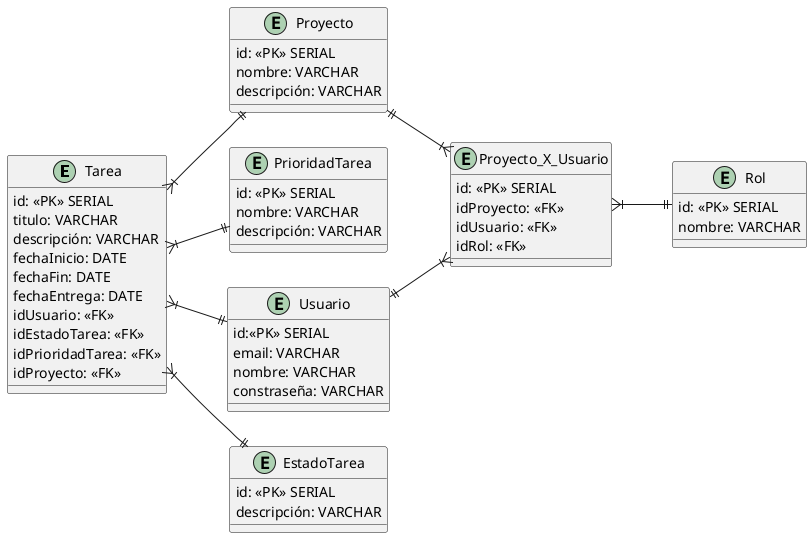
Earlier version of the PlantUML export Modelado/DiagramaER/Diagrama Entidad Relacion.png (ciggyx/Task_Flow).
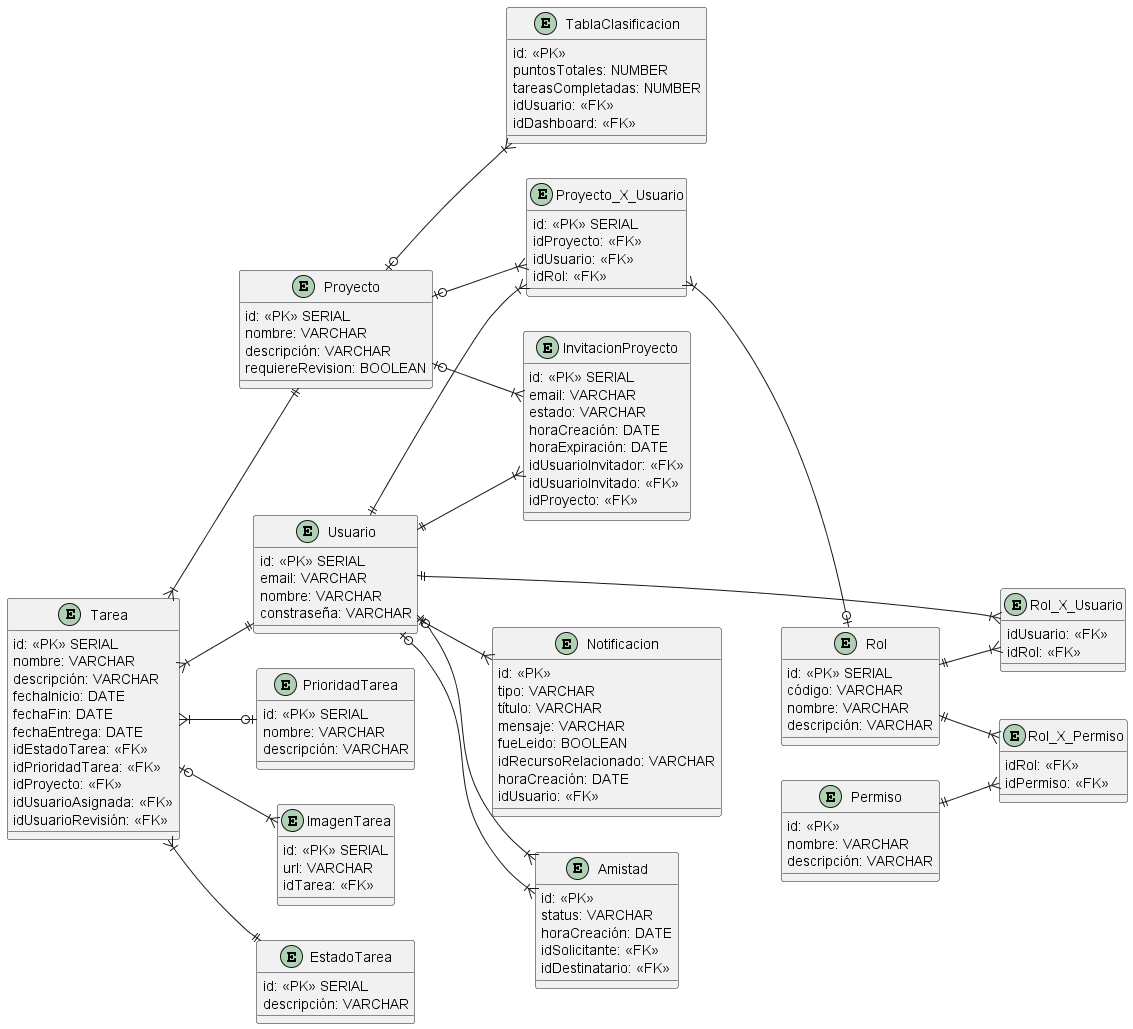
The same file after the commit.

Commit message:
feat(DER): actualizo el modelo de entidad-relación

Change to the diagram source:
```diff
@@ -3,23 +3,44 @@
 
 entity Tarea{
     id: <<PK>> SERIAL
-    titulo: VARCHAR
+    nombre: VARCHAR
     descripción: VARCHAR
     fechaInicio: DATE
     fechaFin: DATE
     fechaEntrega: DATE
-    idUsuario: <<FK>>
     idEstadoTarea: <<FK>>
     idPrioridadTarea: <<FK>>
     idProyecto: <<FK>>
-
+    idUsuarioAsignada: <<FK>>
+    idUsuarioRevisión: <<FK>>
 }
 
 entity Proyecto{
     id: <<PK>> SERIAL
     nombre: VARCHAR
     descripción: VARCHAR
+    requiereRevision: BOOLEAN
 }
+
+entity TablaClasificacion{
+    id: <<PK>>
+    puntosTotales: NUMBER
+    tareasCompletadas: NUMBER
+    idUsuario: <<FK>>
+    idDashboard: <<FK>>
+}
+
+entity InvitacionProyecto{
+    id: <<PK>> SERIAL
+    email: VARCHAR
+    estado: VARCHAR
+    horaCreación: DATE
+    horaExpiración: DATE
+    idUsuarioInvitador: <<FK>>
+    idUsuarioInvitado: <<FK>>
+    idProyecto: <<FK>>
+}
+
 
 entity PrioridadTarea{
     id: <<PK>> SERIAL
@@ -27,17 +48,27 @@
     descripción: VARCHAR
 }
 
+entity ImagenTarea{
+    id: <<PK>> SERIAL
+    url: VARCHAR
+    idTarea: <<FK>>
+}
+
 entity Usuario{
-    id:<<PK>> SERIAL
+    id: <<PK>> SERIAL
     email: VARCHAR
     nombre: VARCHAR
     constraseña: VARCHAR
 }
 
+entity Rol_X_Usuario{
+    idUsuario: <<FK>>
+    idRol: <<FK>>
+}
+
 entity EstadoTarea{
     id: <<PK>> SERIAL
     descripción: VARCHAR
-
 }
 
 entity Proyecto_X_Usuario{
@@ -49,15 +80,64 @@
 
 entity Rol{
     id: <<PK>> SERIAL
+    código: VARCHAR
     nombre: VARCHAR
+    descripción: VARCHAR
 }
 
+entity Permiso{
+    id: <<PK>>
+    nombre: VARCHAR
+    descripción: VARCHAR
+}
+
+entity Rol_X_Permiso{
+    idRol: <<FK>>
+    idPermiso: <<FK>>
+}
+
+entity Notificacion{
+    id: <<PK>>
+    tipo: VARCHAR
+    título: VARCHAR
+    mensaje: VARCHAR
+    fueLeido: BOOLEAN
+    idRecursoRelacionado: VARCHAR
+    horaCreación: DATE
+    idUsuario: <<FK>>
+}
+
+entity Amistad{
+    id: <<PK>>
+    status: VARCHAR
+    horaCreación: DATE
+    idSolicitante: <<FK>>
+    idDestinatario: <<FK>>
+}
+
+Proyecto |o--|{ Proyecto_X_Usuario
+Proyecto |o--|{ InvitacionProyecto
+Proyecto |o--|{ TablaClasificacion
+
+Usuario ||--|{ Proyecto_X_Usuario
+Usuario ||--|{ InvitacionProyecto
+Usuario ||--|{ Notificacion
+Usuario |o--|{ Amistad
+Usuario |o--|{ Amistad
+
+Proyecto_X_Usuario }|--o| Rol
+
+Rol ||--|{ Rol_X_Usuario
+Usuario ||--|{ Rol_X_Usuario
+
+Rol ||--|{ Rol_X_Permiso
+Permiso ||--|{ Rol_X_Permiso
+
 Tarea }|--|| Proyecto
-Proyecto ||--|{ Proyecto_X_Usuario
-Usuario ||--|{ Proyecto_X_Usuario
-Proyecto_X_Usuario }|--|| Rol
 Tarea }|--|| EstadoTarea
-Tarea }|--|| PrioridadTarea
+Tarea }|--o| PrioridadTarea
 Tarea }|--|| Usuario
+Tarea |o--|{ ImagenTarea
+
 
 @enduml
```
